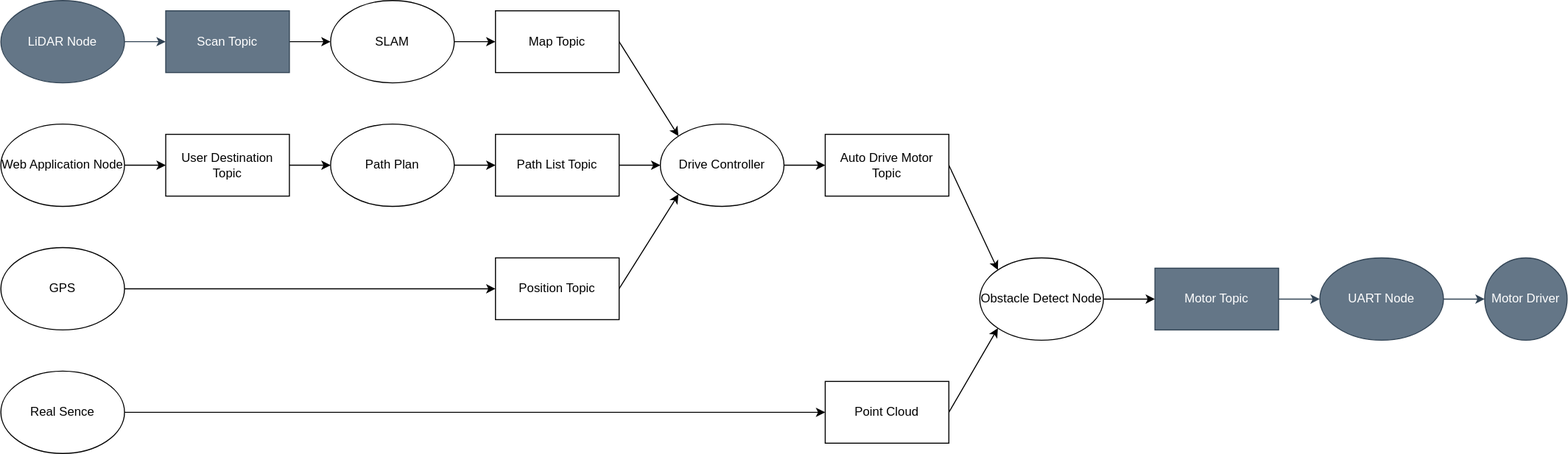
This is 構成図.drawio.svg from iCCD-MovingBoard/Ugokuita_ws, a draw.io export, as it was before one commit. Source tidied: cells renumbered, new cells last; positions are measured from the earlier drawing's top-left corner, leaving out a move shared by most shapes.
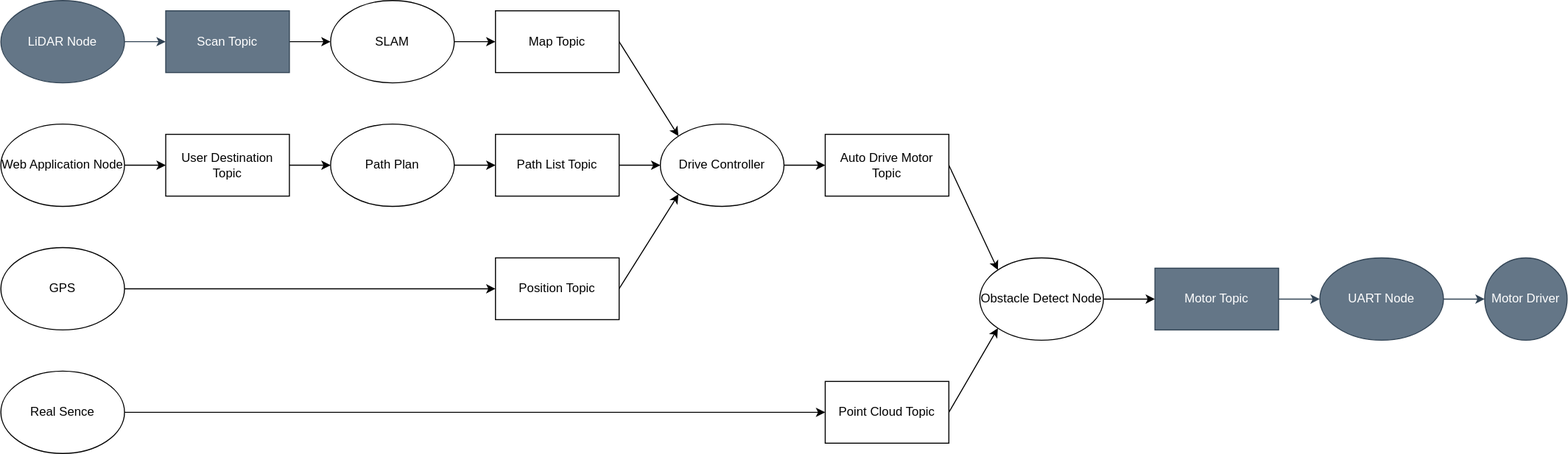
After the commit.

Commit message:
構成図の表記ゆれを修正

Diff of the diagram source:
```diff
@@ -83,7 +83,7 @@
     <mxCell id="28" style="edgeStyle=none;html=1;exitX=1;exitY=0.5;exitDx=0;exitDy=0;entryX=0;entryY=1;entryDx=0;entryDy=0;" parent="1" edge="1" source="29" target="27">
       <mxGeometry relative="1" as="geometry" />
     </mxCell>
-    <mxCell id="29" value="Point Cloud" style="rounded=0;whiteSpace=wrap;html=1;" parent="1" vertex="1">
+    <mxCell id="29" value="Point Cloud Topic" style="rounded=0;whiteSpace=wrap;html=1;" parent="1" vertex="1">
       <mxGeometry x="800" y="370" width="120" height="60" as="geometry" />
     </mxCell>
     <mxCell id="30" style="edgeStyle=none;html=1;exitX=1;exitY=0.5;exitDx=0;exitDy=0;entryX=0;entryY=0.5;entryDx=0;entryDy=0;" parent="1" edge="1" source="31" target="29">
```
